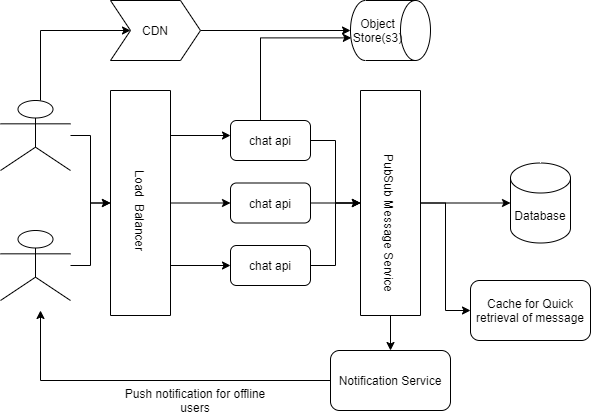
This is images/FM.png from drdcs/Algorithms-and-System-Design, a draw.io export, as it was before one commit. Source tidied: cells renumbered, new cells last; positions are measured from the earlier drawing's top-left corner, leaving out a move shared by most shapes.
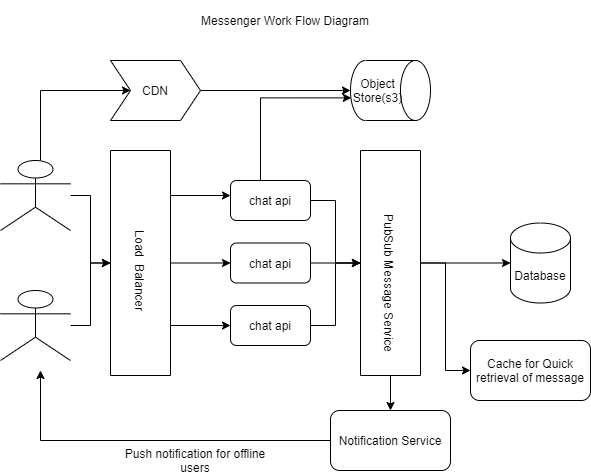
The same file after the commit.

Commit message:
fm alter diagram

Diff of the diagram source:
```diff
@@ -110,5 +110,8 @@
     <mxCell id="31" value="Push notification for offline users" style="text;html=1;strokeColor=none;fillColor=none;align=center;verticalAlign=middle;whiteSpace=wrap;rounded=0;" parent="1" vertex="1">
       <mxGeometry x="110" y="390" width="170" height="20" as="geometry" />
     </mxCell>
+    <mxCell id="32" value="Messenger Work Flow Diagram" style="text;html=1;strokeColor=none;fillColor=none;align=center;verticalAlign=middle;whiteSpace=wrap;rounded=0;" parent="1" vertex="1">
+      <mxGeometry x="70" y="-60" width="430" height="40" as="geometry" />
+    </mxCell>
   </root>
 </mxGraphModel>
```
